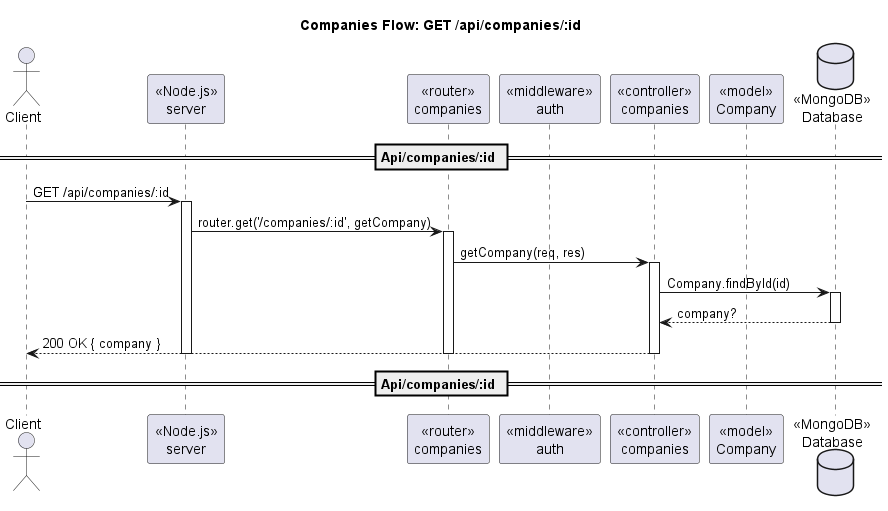
The PlantUML diagram out/docs/diagram/sequence/seq_companies_id_get.png in 098ff/ArtmaybeDEV, before a commit.
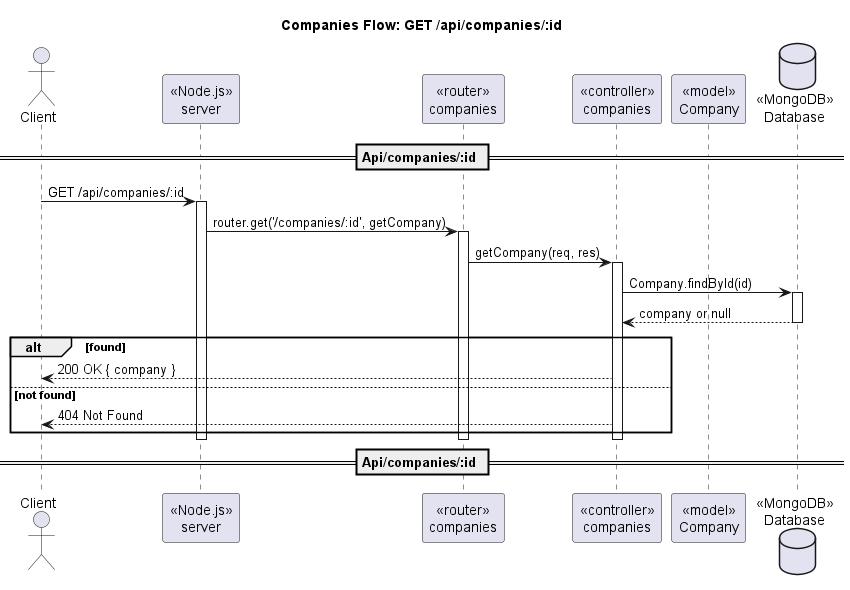
After the change.

The edit, as a diff of the source:
```diff
@@ -3,7 +3,6 @@
 actor Client
 participant "«Node.js»\nserver" as Server
 participant "«router»\ncompanies" as Router
-participant "«middleware»\nauth" as AuthMW
 participant "«controller»\ncompanies" as Ctrl
 participant "«model»\nCompany" as CompanyModel
 database "«MongoDB»\nDatabase" as DB
@@ -17,9 +16,13 @@
 activate Ctrl
 Ctrl -> DB : Company.findById(id)
 activate DB
-DB --> Ctrl : company?
+DB --> Ctrl : company or null
 deactivate DB
-Ctrl --> Client : 200 OK { company }
+alt found
+  Ctrl --> Client : 200 OK { company }
+else not found
+  Ctrl --> Client : 404 Not Found
+end
 deactivate Ctrl
 deactivate Router
 deactivate Server
```
